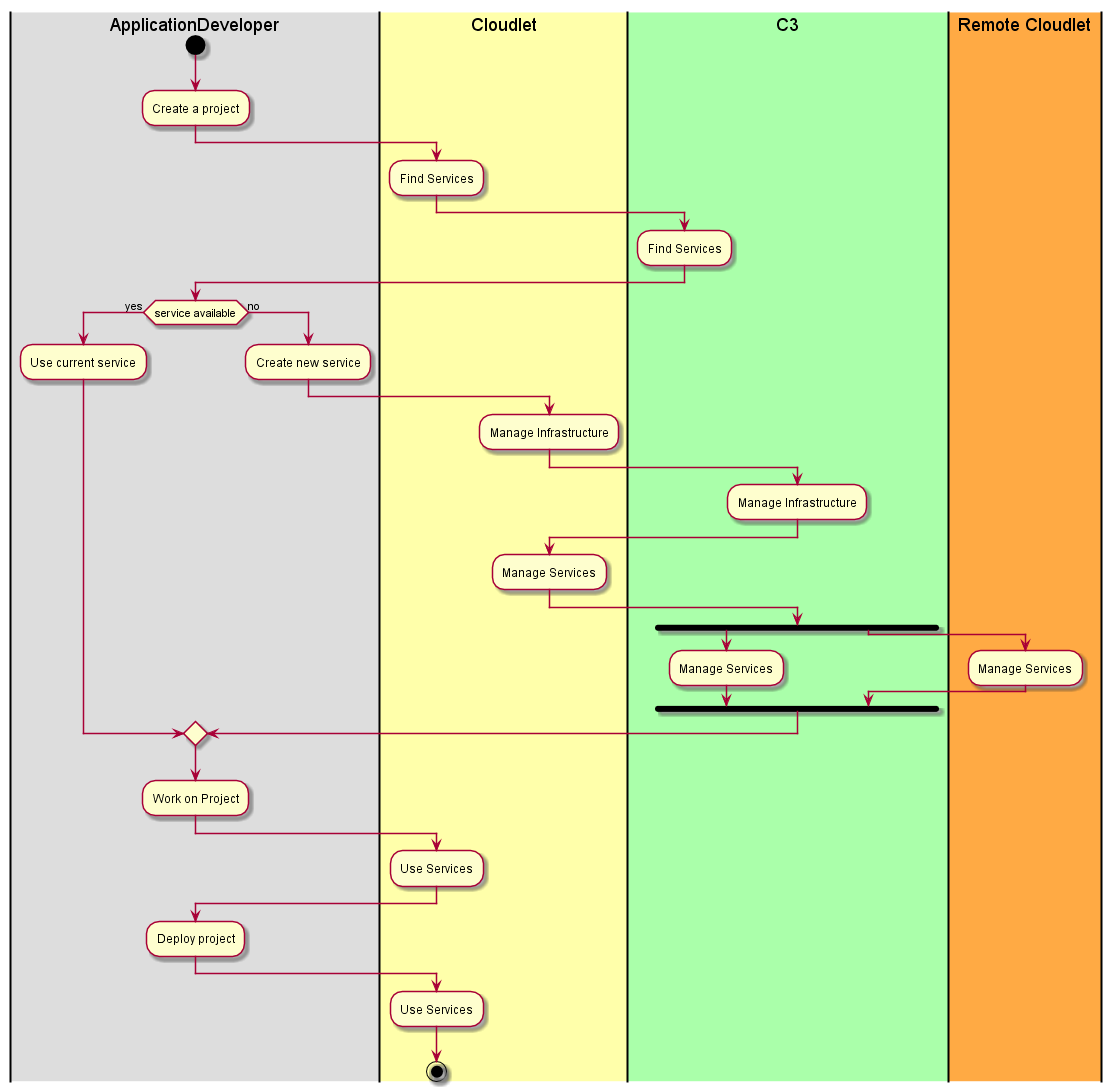
This is docs/Actors/Application-Developer/Workflow.png from CAADE/CloudLet, a PlantUML export, as it was before one commit. Its diagram source:
```plantuml
@startuml
|#dddddd|ApplicationDeveloper|
start
:Create a project;
|#ffffaa|Cloudlet|
:Find Services;
|#aaffaa|C3|
:Find Services;
|ApplicationDeveloper|
if (service available) then (yes)
    :Use current service;
else (no)
    :Create new service;
    |Cloudlet|
    :Manage Infrastructure;
    |C3|
    :Manage Infrastructure;
    |Cloudlet|
    :Manage Services;
    fork
    |C3|
    :Manage Services;
    fork again
    |#ffaa44|Remote Cloudlet|
    :Manage Services;
    end fork
endif
|ApplicationDeveloper|
:Work on Project;
|Cloudlet|
:Use Services;
|ApplicationDeveloper|
:Deploy project;
|#ffffaa|Cloudlet|
:Use Services;
stop
@enduml
```
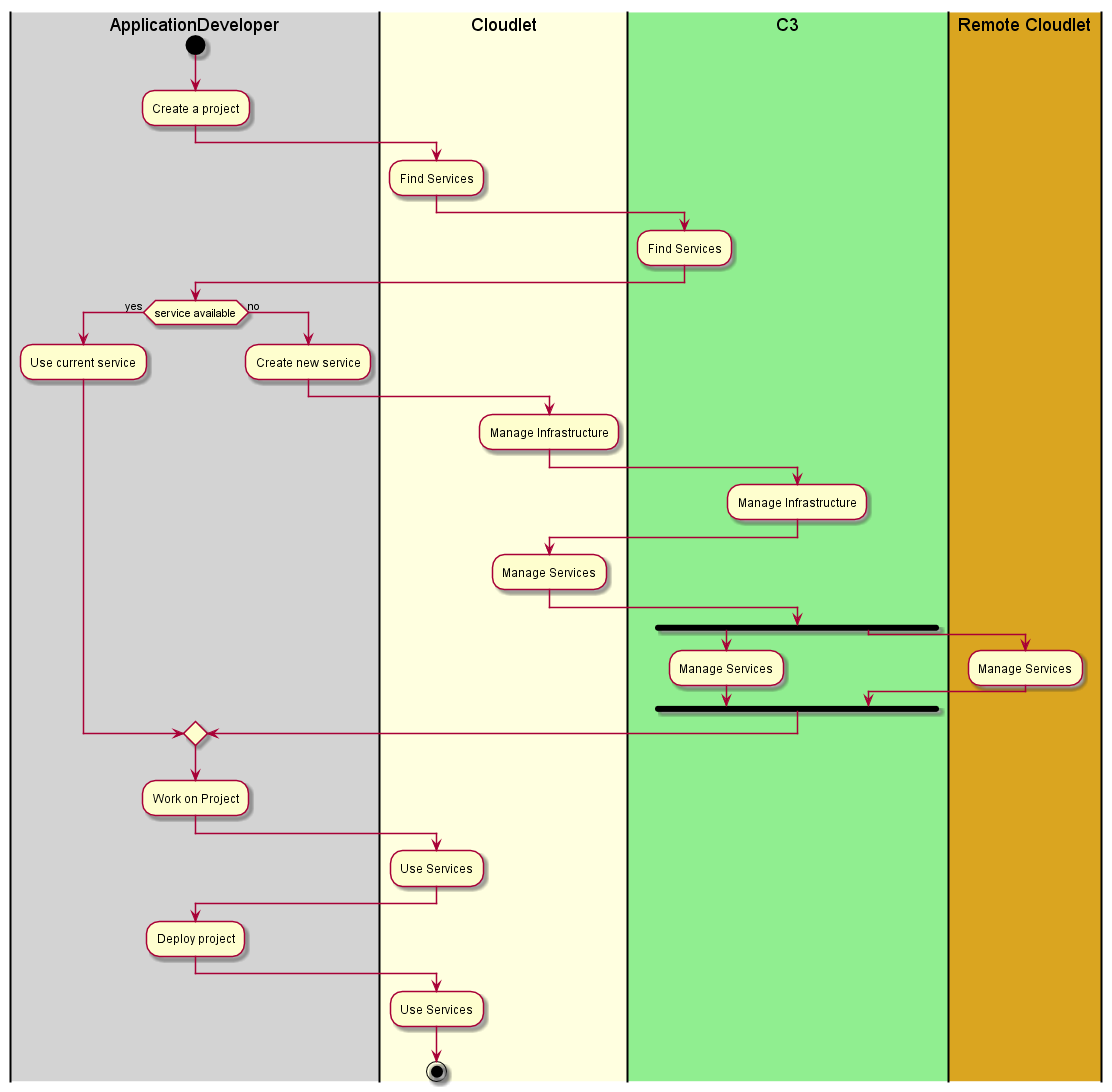
The same file after the commit.

Diff of the diagram source:
```diff
@@ -1,10 +1,10 @@
 @startuml
-|#dddddd|ApplicationDeveloper|
+|#lightgray|ApplicationDeveloper|
 start
 :Create a project;
-|#ffffaa|Cloudlet|
+|#lightyellow|Cloudlet|
 :Find Services;
-|#aaffaa|C3|
+|#lightgreen|C3|
 :Find Services;
 |ApplicationDeveloper|
 if (service available) then (yes)
@@ -21,7 +21,7 @@
     |C3|
     :Manage Services;
     fork again
-    |#ffaa44|Remote Cloudlet|
+    |#goldenrod|Remote Cloudlet|
     :Manage Services;
     end fork
 endif
@@ -31,7 +31,7 @@
 :Use Services;
 |ApplicationDeveloper|
 :Deploy project;
-|#ffffaa|Cloudlet|
+|#lightyellow|Cloudlet|
 :Use Services;
 stop
 @enduml
```
